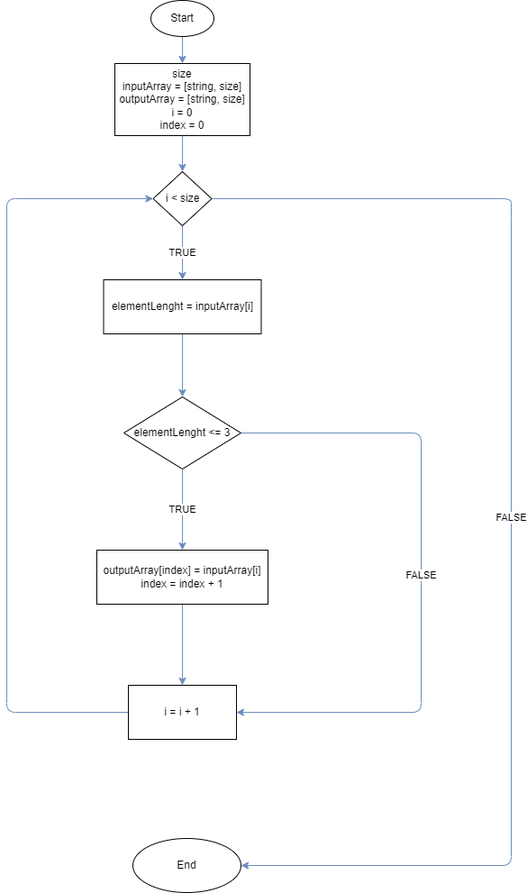
RamkaTheRacist/HW-for-choosing keeps this draw.io diagram as flowchart.drawio.png. Above is the earlier version. Source tidied: cells renumbered, new cells last; positions are measured from the earlier drawing's top-left corner, leaving out a move shared by most shapes.
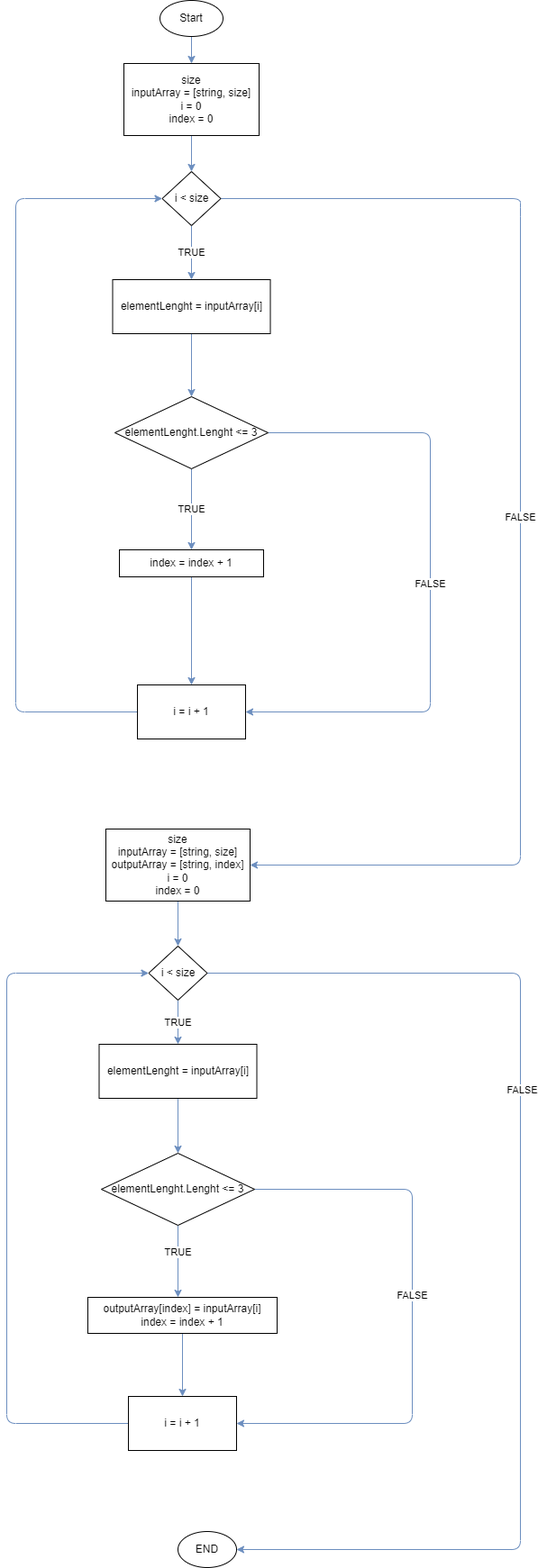
The same file after the commit.

Diff of the diagram source:
```diff
@@ -11,14 +11,15 @@
     <mxCell id="4" style="edgeStyle=none;html=1;fillColor=#dae8fc;strokeColor=#6c8ebf;" parent="1" edge="1" source="5" target="8">
       <mxGeometry relative="1" as="geometry" />
     </mxCell>
-    <mxCell id="5" value="size&lt;br&gt;inputArray = [string, size]&lt;br&gt;outputArray = [string, size]&lt;br&gt;i = 0&lt;br&gt;index = 0" style="whiteSpace=wrap;html=1;" parent="1" vertex="1">
+    <mxCell id="5" value="size&lt;br&gt;inputArray = [string, size]&lt;br&gt;i = 0&lt;br&gt;index = 0" style="whiteSpace=wrap;html=1;" parent="1" vertex="1">
       <mxGeometry x="120" y="70" width="150" height="80" as="geometry" />
     </mxCell>
     <mxCell id="6" value="TRUE" style="edgeStyle=none;html=1;fillColor=#dae8fc;strokeColor=#6c8ebf;" parent="1" edge="1" source="8" target="10">
       <mxGeometry relative="1" as="geometry" />
     </mxCell>
-    <mxCell id="7" value="FALSE" style="edgeStyle=none;html=1;fillColor=#dae8fc;strokeColor=#6c8ebf;" parent="1" edge="1" source="8" target="16">
+    <mxCell id="7" value="FALSE" style="edgeStyle=none;html=1;fillColor=#dae8fc;strokeColor=#6c8ebf;" parent="1" edge="1" source="8">
       <mxGeometry relative="1" as="geometry">
+        <mxPoint x="260" y="960" as="targetPoint" />
         <Array as="points">
           <mxPoint x="560" y="220" />
           <mxPoint x="560" y="230" />
@@ -46,18 +47,15 @@
         </Array>
       </mxGeometry>
     </mxCell>
-    <mxCell id="13" value="elementLenght &amp;lt;= 3" style="rhombus;whiteSpace=wrap;html=1;" parent="1" vertex="1">
-      <mxGeometry x="130" y="440" width="130" height="80" as="geometry" />
+    <mxCell id="13" value="elementLenght.Lenght &amp;lt;= 3" style="rhombus;whiteSpace=wrap;html=1;" parent="1" vertex="1">
+      <mxGeometry x="110" y="440" width="170" height="80" as="geometry" />
     </mxCell>
     <mxCell id="14" style="edgeStyle=none;html=1;entryX=0.5;entryY=0;entryDx=0;entryDy=0;fillColor=#dae8fc;strokeColor=#6c8ebf;" parent="1" edge="1" source="15" target="18">
       <mxGeometry relative="1" as="geometry" />
     </mxCell>
-    <mxCell id="15" value="outputArray[index] = inputArray[i]&lt;br&gt;index = index + 1" style="whiteSpace=wrap;html=1;" parent="1" vertex="1">
-      <mxGeometry x="100" y="610" width="190" height="60" as="geometry" />
+    <mxCell id="15" value="index = index + 1" style="whiteSpace=wrap;html=1;" parent="1" vertex="1">
+      <mxGeometry x="115" y="610" width="160" height="30" as="geometry" />
     </mxCell>
-    <mxCell id="16" value="End" style="ellipse;whiteSpace=wrap;html=1;" parent="1" vertex="1">
-      <mxGeometry x="140" y="930" width="120" height="60" as="geometry" />
-    </mxCell>
     <mxCell id="17" style="edgeStyle=none;html=1;fillColor=#dae8fc;strokeColor=#6c8ebf;" parent="1" edge="1" source="18" target="8">
       <mxGeometry relative="1" as="geometry">
         <Array as="points">
@@ -69,5 +67,76 @@
     <mxCell id="18" value="i = i + 1" style="whiteSpace=wrap;html=1;" parent="1" vertex="1">
       <mxGeometry x="135" y="760" width="120" height="60" as="geometry" />
     </mxCell>
+    <mxCell id="19" style="edgeStyle=none;html=1;fillColor=#dae8fc;strokeColor=#6c8ebf;" parent="1" edge="1" source="20" target="24">
+      <mxGeometry relative="1" as="geometry" />
+    </mxCell>
+    <mxCell id="20" value="size&lt;br&gt;inputArray = [string, size]&lt;br&gt;outputArray = [string, index]&lt;br&gt;i = 0&lt;br&gt;index = 0" style="whiteSpace=wrap;html=1;" parent="1" vertex="1">
+      <mxGeometry x="100" y="920" width="160" height="80" as="geometry" />
+    </mxCell>
+    <mxCell id="21" value="TRUE" style="edgeStyle=none;html=1;fillColor=#dae8fc;strokeColor=#6c8ebf;" parent="1" edge="1" source="24" target="26">
+      <mxGeometry relative="1" as="geometry" />
+    </mxCell>
+    <mxCell id="22" style="edgeStyle=none;html=1;fillColor=#dae8fc;strokeColor=#6c8ebf;" parent="1" edge="1" source="24" target="36">
+      <mxGeometry relative="1" as="geometry">
+        <Array as="points">
+          <mxPoint x="560" y="1080" />
+          <mxPoint x="560" y="1720" />
+        </Array>
+      </mxGeometry>
+    </mxCell>
+    <mxCell id="23" value="FALSE" style="edgeLabel;html=1;align=center;verticalAlign=middle;" parent="22" vertex="1">
+      <mxGeometry x="-0.27" y="1" relative="1" as="geometry" />
+    </mxCell>
+    <mxCell id="24" value="i &amp;lt; size" style="rhombus;whiteSpace=wrap;html=1;" parent="1" vertex="1">
+      <mxGeometry x="147.5" y="1050" width="65" height="60" as="geometry" />
+    </mxCell>
+    <mxCell id="25" style="edgeStyle=none;html=1;exitX=0.5;exitY=1;exitDx=0;exitDy=0;entryX=0.5;entryY=0;entryDx=0;entryDy=0;fillColor=#dae8fc;strokeColor=#6c8ebf;" parent="1" edge="1" source="26" target="31">
+      <mxGeometry relative="1" as="geometry" />
+    </mxCell>
+    <mxCell id="26" value="elementLenght = inputArray[i]" style="whiteSpace=wrap;html=1;" parent="1" vertex="1">
+      <mxGeometry x="92.5" y="1159" width="175" height="60" as="geometry" />
+    </mxCell>
+    <mxCell id="27" style="edgeStyle=none;html=1;fillColor=#dae8fc;strokeColor=#6c8ebf;" parent="1" edge="1" source="31">
+      <mxGeometry relative="1" as="geometry">
+        <mxPoint x="180" y="1440" as="targetPoint" />
+      </mxGeometry>
+    </mxCell>
+    <mxCell id="28" value="TRUE" style="edgeLabel;html=1;align=center;verticalAlign=middle;" parent="27" vertex="1">
+      <mxGeometry x="-0.28" y="-1" relative="1" as="geometry" />
+    </mxCell>
+    <mxCell id="29" style="edgeStyle=none;html=1;entryX=1;entryY=0.5;entryDx=0;entryDy=0;fillColor=#dae8fc;strokeColor=#6c8ebf;" parent="1" edge="1" source="31" target="35">
+      <mxGeometry relative="1" as="geometry">
+        <Array as="points">
+          <mxPoint x="440" y="1320" />
+          <mxPoint x="440" y="1580" />
+        </Array>
+      </mxGeometry>
+    </mxCell>
+    <mxCell id="30" value="FALSE" style="edgeLabel;html=1;align=center;verticalAlign=middle;" parent="29" vertex="1">
+      <mxGeometry x="-0.07" y="-1" relative="1" as="geometry" />
+    </mxCell>
+    <mxCell id="31" value="elementLenght.Lenght &amp;lt;= 3" style="rhombus;whiteSpace=wrap;html=1;" parent="1" vertex="1">
+      <mxGeometry x="95" y="1280" width="170" height="80" as="geometry" />
+    </mxCell>
+    <mxCell id="32" style="edgeStyle=none;html=1;entryX=0.5;entryY=0;entryDx=0;entryDy=0;fillColor=#dae8fc;strokeColor=#6c8ebf;" parent="1" edge="1" source="33" target="35">
+      <mxGeometry relative="1" as="geometry" />
+    </mxCell>
+    <mxCell id="33" value="outputArray[index] = inputArray[i]&lt;br&gt;index = index + 1" style="whiteSpace=wrap;html=1;" parent="1" vertex="1">
+      <mxGeometry x="80" y="1440" width="210" height="40" as="geometry" />
+    </mxCell>
+    <mxCell id="34" style="edgeStyle=none;html=1;exitX=0;exitY=0.5;exitDx=0;exitDy=0;entryX=0;entryY=0.5;entryDx=0;entryDy=0;fillColor=#dae8fc;strokeColor=#6c8ebf;" parent="1" edge="1" source="35" target="24">
+      <mxGeometry relative="1" as="geometry">
+        <Array as="points">
+          <mxPoint x="-10" y="1580" />
+          <mxPoint x="-10" y="1080" />
+        </Array>
+      </mxGeometry>
+    </mxCell>
+    <mxCell id="35" value="i = i + 1" style="whiteSpace=wrap;html=1;" parent="1" vertex="1">
+      <mxGeometry x="125" y="1550" width="120" height="60" as="geometry" />
+    </mxCell>
+    <mxCell id="36" value="END" style="ellipse;whiteSpace=wrap;html=1;" parent="1" vertex="1">
+      <mxGeometry x="180" y="1700" width="65" height="40" as="geometry" />
+    </mxCell>
   </root>
 </mxGraphModel>
```
